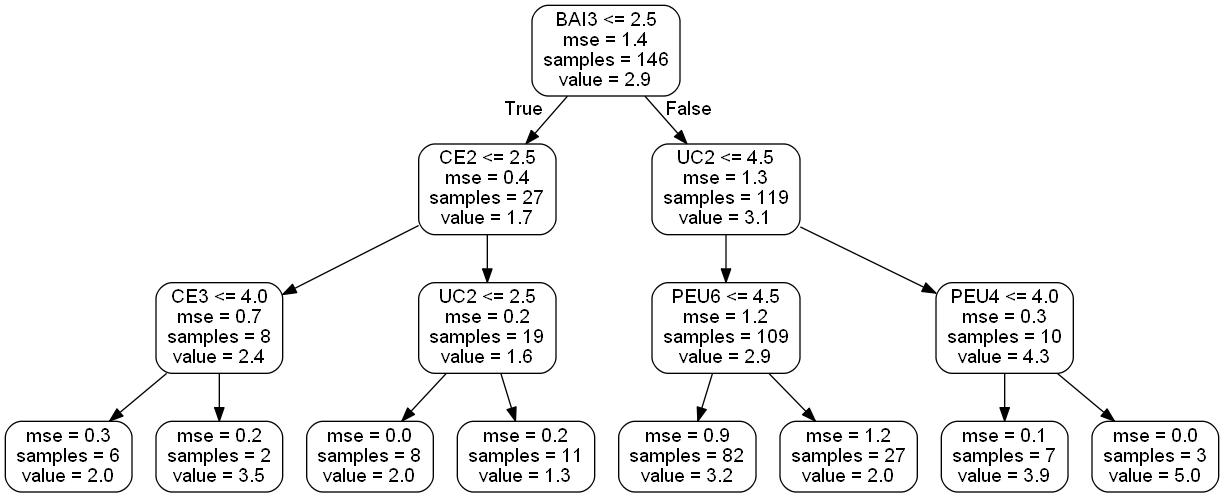
The Graphviz diagram small_tree.png in Mr-Has/Final-project-GLO-7050, before a commit. Its source is kept beside it as small_tree.dot.
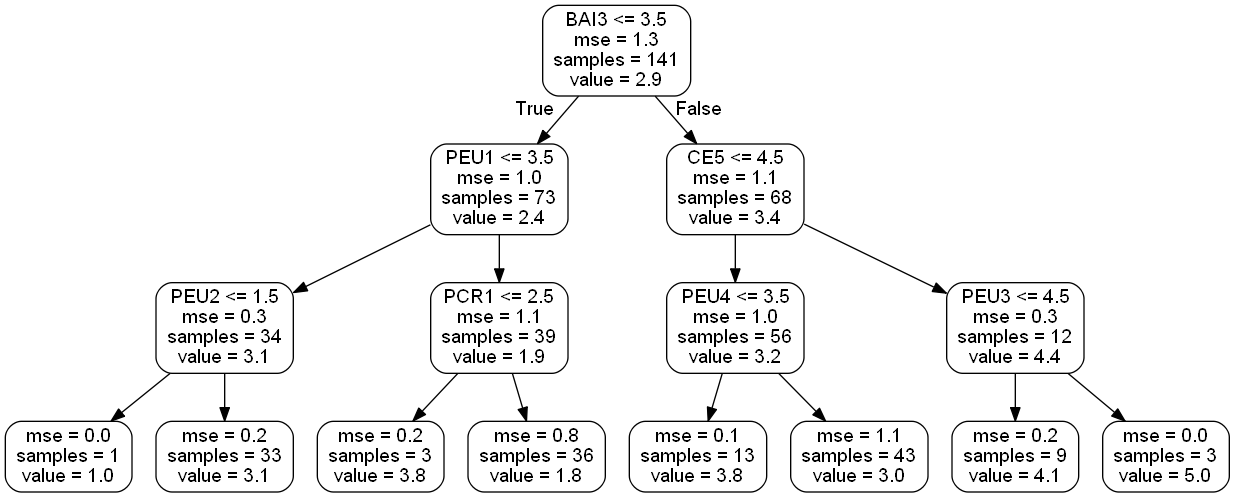
After the commit.

What changed in the source:
```diff
@@ -1,32 +1,32 @@
 digraph Tree {
 node [shape=box, style="rounded", color="black", fontname=helvetica] ;
 edge [fontname=helvetica] ;
-0 [label="BAI3 <= 2.5\nmse = 1.4\nsamples = 146\nvalue = 2.9"] ;
-1 [label="CE2 <= 2.5\nmse = 0.4\nsamples = 27\nvalue = 1.7"] ;
+0 [label="BAI3 <= 3.5\nmse = 1.3\nsamples = 141\nvalue = 2.9"] ;
+1 [label="PEU1 <= 3.5\nmse = 1.0\nsamples = 73\nvalue = 2.4"] ;
 0 -> 1 [labeldistance=2.5, labelangle=45, headlabel="True"] ;
-2 [label="CE3 <= 4.0\nmse = 0.7\nsamples = 8\nvalue = 2.4"] ;
+2 [label="PEU2 <= 1.5\nmse = 0.3\nsamples = 34\nvalue = 3.1"] ;
 1 -> 2 ;
-3 [label="mse = 0.3\nsamples = 6\nvalue = 2.0"] ;
+3 [label="mse = 0.0\nsamples = 1\nvalue = 1.0"] ;
 2 -> 3 ;
-4 [label="mse = 0.2\nsamples = 2\nvalue = 3.5"] ;
+4 [label="mse = 0.2\nsamples = 33\nvalue = 3.1"] ;
 2 -> 4 ;
-5 [label="UC2 <= 2.5\nmse = 0.2\nsamples = 19\nvalue = 1.6"] ;
+5 [label="PCR1 <= 2.5\nmse = 1.1\nsamples = 39\nvalue = 1.9"] ;
 1 -> 5 ;
-6 [label="mse = 0.0\nsamples = 8\nvalue = 2.0"] ;
+6 [label="mse = 0.2\nsamples = 3\nvalue = 3.8"] ;
 5 -> 6 ;
-7 [label="mse = 0.2\nsamples = 11\nvalue = 1.3"] ;
+7 [label="mse = 0.8\nsamples = 36\nvalue = 1.8"] ;
 5 -> 7 ;
-8 [label="UC2 <= 4.5\nmse = 1.3\nsamples = 119\nvalue = 3.1"] ;
+8 [label="CE5 <= 4.5\nmse = 1.1\nsamples = 68\nvalue = 3.4"] ;
 0 -> 8 [labeldistance=2.5, labelangle=-45, headlabel="False"] ;
-9 [label="PEU6 <= 4.5\nmse = 1.2\nsamples = 109\nvalue = 2.9"] ;
+9 [label="PEU4 <= 3.5\nmse = 1.0\nsamples = 56\nvalue = 3.2"] ;
 8 -> 9 ;
-10 [label="mse = 0.9\nsamples = 82\nvalue = 3.2"] ;
+10 [label="mse = 0.1\nsamples = 13\nvalue = 3.8"] ;
 9 -> 10 ;
-11 [label="mse = 1.2\nsamples = 27\nvalue = 2.0"] ;
+11 [label="mse = 1.1\nsamples = 43\nvalue = 3.0"] ;
 9 -> 11 ;
-12 [label="PEU4 <= 4.0\nmse = 0.3\nsamples = 10\nvalue = 4.3"] ;
+12 [label="PEU3 <= 4.5\nmse = 0.3\nsamples = 12\nvalue = 4.4"] ;
 8 -> 12 ;
-13 [label="mse = 0.1\nsamples = 7\nvalue = 3.9"] ;
+13 [label="mse = 0.2\nsamples = 9\nvalue = 4.1"] ;
 12 -> 13 ;
 14 [label="mse = 0.0\nsamples = 3\nvalue = 5.0"] ;
 12 -> 14 ;
```
